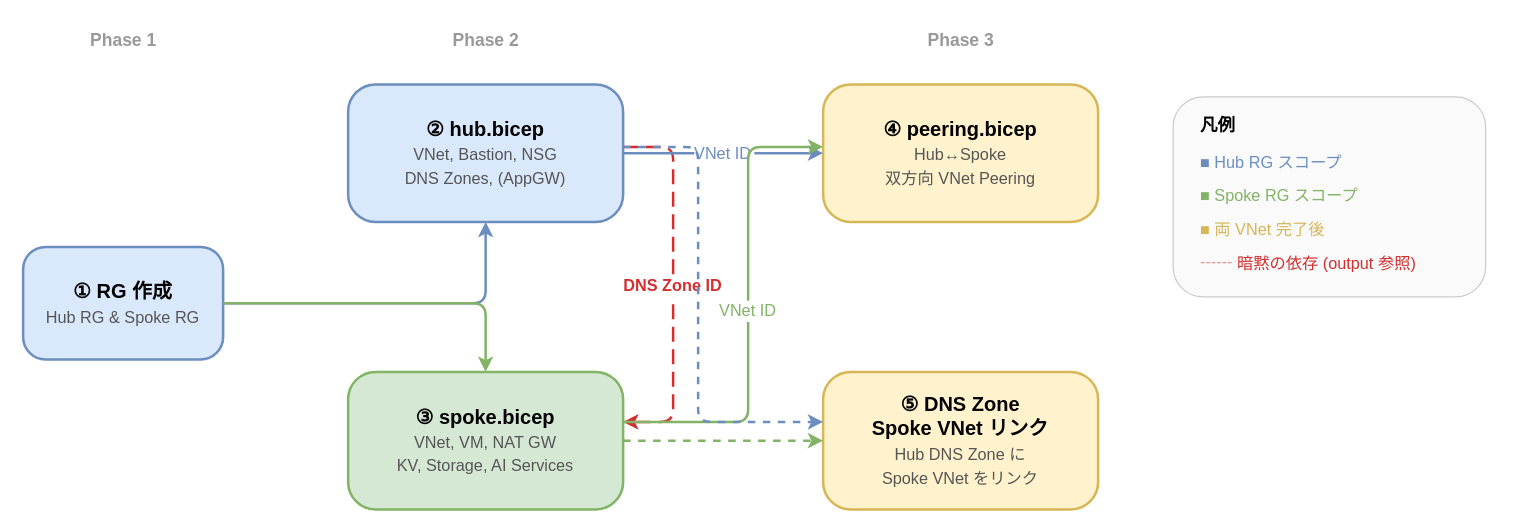
This is images/deploy-flow.drawio from naoki1213mj/azure-simple-poc-bicep, a draw.io file, before an edit. Source tidied: cells renumbered, new cells numbered last; positions are measured from the earlier drawing's top-left corner, leaving out a move shared by most shapes. Both pictures are drawn from the tidied source at 125%, with x=0, y=0 at pixel (22, 21).
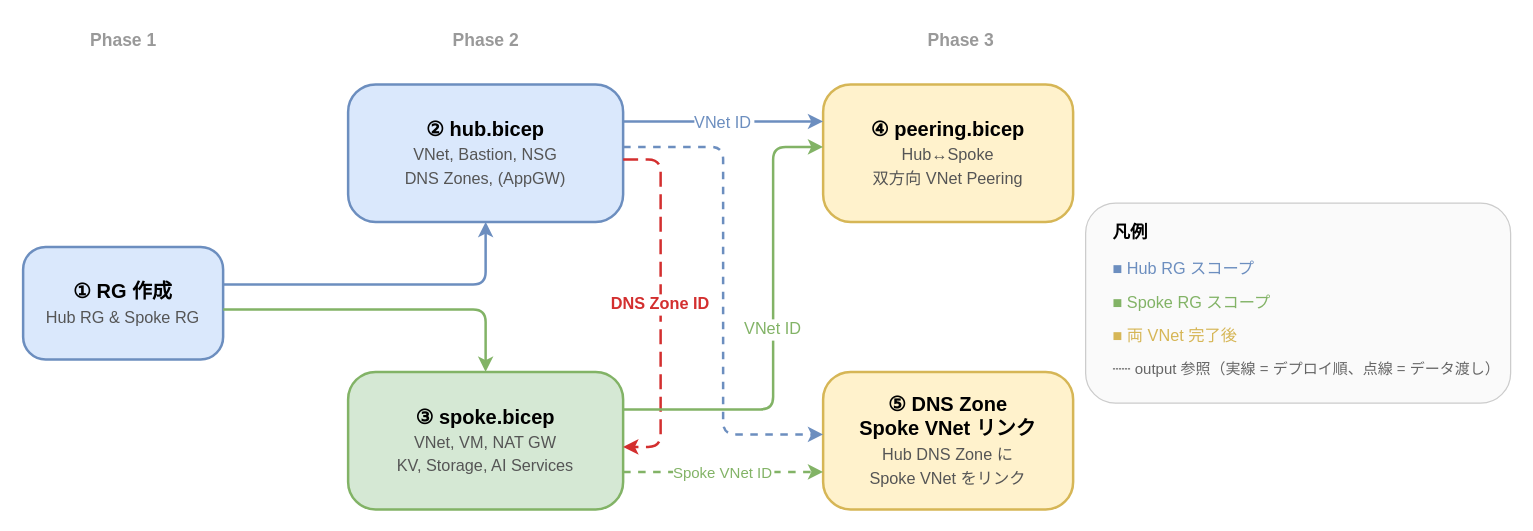
After the change.

The change refers to these unchanged cells:
```xml
<mxCell id="2" value="① RG 作成&lt;br&gt;&lt;font style='font-size:13px;font-weight:normal;color:#555'&gt;Hub RG &amp;amp; Spoke RG&lt;/font&gt;" style="rounded=1;whiteSpace=wrap;html=1;fillColor=#dae8fc;strokeColor=#6c8ebf;fontSize=16;fontStyle=1;strokeWidth=2;arcSize=20;spacingTop=6;spacingBottom=6;" parent="1" vertex="1">
  <mxGeometry y="180" width="160" height="90" as="geometry" />
</mxCell>
<mxCell id="3" value="② hub.bicep&lt;br&gt;&lt;font style='font-size:13px;font-weight:normal;color:#555'&gt;VNet, Bastion, NSG&lt;br&gt;DNS Zones, (AppGW)&lt;/font&gt;" style="rounded=1;whiteSpace=wrap;html=1;fillColor=#dae8fc;strokeColor=#6c8ebf;fontSize=16;fontStyle=1;strokeWidth=2;arcSize=20;spacingTop=6;spacingBottom=6;" parent="1" vertex="1">
  <mxGeometry x="260" y="50" width="220" height="110" as="geometry" />
</mxCell>
<mxCell id="4" value="③ spoke.bicep&lt;br&gt;&lt;font style='font-size:13px;font-weight:normal;color:#555'&gt;VNet, VM, NAT GW&lt;br&gt;KV, Storage, AI Services&lt;/font&gt;" style="rounded=1;whiteSpace=wrap;html=1;fillColor=#d5e8d4;strokeColor=#82b366;fontSize=16;fontStyle=1;strokeWidth=2;arcSize=20;spacingTop=6;spacingBottom=6;" parent="1" vertex="1">
  <mxGeometry x="260" y="280" width="220" height="110" as="geometry" />
</mxCell>
```

What changed in the source:
```diff
@@
     <mxCell id="5" value="④ peering.bicep&lt;br&gt;&lt;font style='font-size:13px;font-weight:normal;color:#555'&gt;Hub↔Spoke&lt;br&gt;双方向 VNet Peering&lt;/font&gt;" style="rounded=1;whiteSpace=wrap;html=1;fillColor=#fff2cc;strokeColor=#d6b656;fontSize=16;fontStyle=1;strokeWidth=2;arcSize=20;spacingTop=6;spacingBottom=6;" parent="1" vertex="1">
-      <mxGeometry x="640" y="50" width="220" height="110" as="geometry" />
+      <mxGeometry x="640" y="50" width="200" height="110" as="geometry" />
     </mxCell>
     <mxCell id="6" value="⑤ DNS Zone&lt;br&gt;Spoke VNet リンク&lt;br&gt;&lt;font style='font-size:13px;font-weight:normal;color:#555'&gt;Hub DNS Zone に&lt;br&gt;Spoke VNet をリンク&lt;/font&gt;" style="rounded=1;whiteSpace=wrap;html=1;fillColor=#fff2cc;strokeColor=#d6b656;fontSize=16;fontStyle=1;strokeWidth=2;arcSize=20;spacingTop=6;spacingBottom=6;" parent="1" vertex="1">
-      <mxGeometry x="640" y="280" width="220" height="110" as="geometry" />
+      <mxGeometry x="640" y="280" width="200" height="110" as="geometry" />
     </mxCell>
     <mxCell id="7" style="edgeStyle=orthogonalEdgeStyle;strokeWidth=2;strokeColor=#6c8ebf;rounded=1;" parent="1" edge="1" source="2" target="3">
-      <mxGeometry relative="1" as="geometry" />
+      <mxGeometry relative="1" as="geometry">
+        <Array as="points">
+          <mxPoint x="370" y="210" />
+        </Array>
+      </mxGeometry>
     </mxCell>
     <mxCell id="8" style="edgeStyle=orthogonalEdgeStyle;strokeWidth=2;strokeColor=#82b366;rounded=1;" parent="1" edge="1" source="2" target="4">
-      <mxGeometry relative="1" as="geometry" />
+      <mxGeometry relative="1" as="geometry">
+        <Array as="points">
+          <mxPoint x="370" y="230" />
+        </Array>
+      </mxGeometry>
     </mxCell>
     <mxCell id="9" value="DNS Zone ID" style="edgeStyle=orthogonalEdgeStyle;strokeWidth=2;strokeColor=#D32F2F;dashed=1;dashPattern=6 3;fontSize=13;fontColor=#D32F2F;fontStyle=1;rounded=1;labelBackgroundColor=#FFFFFF;" parent="1" edge="1" source="3" target="4">
       <mxGeometry relative="1" as="geometry">
         <Array as="points">
-          <mxPoint x="520" y="100" />
-          <mxPoint x="520" y="320" />
+          <mxPoint x="510" y="110" />
+          <mxPoint x="510" y="340" />
         </Array>
       </mxGeometry>
     </mxCell>
-    <mxCell id="10" value="VNet ID" style="edgeStyle=orthogonalEdgeStyle;strokeWidth=2;strokeColor=#6c8ebf;fontSize=13;fontColor=#6c8ebf;rounded=1;labelBackgroundColor=#FFFFFF;" parent="1" edge="1" source="3" target="5">
-      <mxGeometry relative="1" as="geometry" />
+    <mxCell id="10" value="VNet ID" style="edgeStyle=orthogonalEdgeStyle;strokeWidth=2;strokeColor=#6c8ebf;fontSize=13;fontColor=#6c8ebf;rounded=1;labelBackgroundColor=#FFFFFF;" parent="1" edge="1">
+      <mxGeometry relative="1" as="geometry">
+        <mxPoint x="480" y="79.7" as="sourcePoint" />
+        <mxPoint x="640" y="79.7" as="targetPoint" />
+      </mxGeometry>
     </mxCell>
     <mxCell id="11" value="VNet ID" style="edgeStyle=orthogonalEdgeStyle;strokeWidth=2;strokeColor=#82b366;fontSize=13;fontColor=#82b366;rounded=1;labelBackgroundColor=#FFFFFF;" parent="1" edge="1" source="4" target="5">
       <mxGeometry relative="1" as="geometry">
         <Array as="points">
-          <mxPoint x="580" y="320" />
-          <mxPoint x="580" y="100" />
+          <mxPoint x="600" y="310" />
+          <mxPoint x="600" y="100" />
         </Array>
       </mxGeometry>
     </mxCell>
     <mxCell id="12" style="edgeStyle=orthogonalEdgeStyle;strokeWidth=2;strokeColor=#6c8ebf;dashed=1;rounded=1;" parent="1" edge="1" source="3" target="6">
       <mxGeometry relative="1" as="geometry">
         <Array as="points">
-          <mxPoint x="540" y="100" />
-          <mxPoint x="540" y="320" />
+          <mxPoint x="560" y="100" />
+          <mxPoint x="560" y="330" />
         </Array>
       </mxGeometry>
     </mxCell>
-    <mxCell id="13" style="edgeStyle=orthogonalEdgeStyle;strokeWidth=2;strokeColor=#82b366;dashed=1;rounded=1;" parent="1" edge="1" source="4" target="6">
-      <mxGeometry relative="1" as="geometry" />
+    <mxCell id="13" value="Spoke VNet ID" style="edgeStyle=orthogonalEdgeStyle;strokeWidth=2;strokeColor=#82b366;dashed=1;rounded=1;fontSize=12;fontColor=#82b366;labelBackgroundColor=#FFFFFF;" parent="1" edge="1">
+      <mxGeometry relative="1" as="geometry">
+        <mxPoint x="480" y="360" as="sourcePoint" />
+        <mxPoint x="640" y="360" as="targetPoint" />
+      </mxGeometry>
     </mxCell>
@@
     <mxCell id="17" style="rounded=1;whiteSpace=wrap;html=1;fillColor=#FAFAFA;strokeColor=#CCCCCC;strokeWidth=1;" parent="1" vertex="1">
-      <mxGeometry x="920" y="60" width="250" height="160" as="geometry" />
+      <mxGeometry x="850" y="145" width="340" height="160" as="geometry" />
     </mxCell>
     <mxCell id="18" value="凡例" style="text;html=1;fontSize=14;fontStyle=1;fillColor=none;strokeColor=none;" parent="1" vertex="1">
-      <mxGeometry x="940" y="68" width="50" height="24" as="geometry" />
+      <mxGeometry x="870" y="153" width="50" height="24" as="geometry" />
     </mxCell>
     <mxCell id="19" value="■ Hub RG スコープ" style="text;html=1;fontSize=13;fillColor=none;strokeColor=none;fontColor=#6c8ebf;" parent="1" vertex="1">
-      <mxGeometry x="940" y="98" width="210" height="22" as="geometry" />
+      <mxGeometry x="870" y="183" width="210" height="22" as="geometry" />
     </mxCell>
     <mxCell id="20" value="■ Spoke RG スコープ" style="text;html=1;fontSize=13;fillColor=none;strokeColor=none;fontColor=#82b366;" parent="1" vertex="1">
-      <mxGeometry x="940" y="125" width="210" height="22" as="geometry" />
+      <mxGeometry x="870" y="210" width="210" height="22" as="geometry" />
     </mxCell>
     <mxCell id="21" value="■ 両 VNet 完了後" style="text;html=1;fontSize=13;fillColor=none;strokeColor=none;fontColor=#d6b656;" parent="1" vertex="1">
-      <mxGeometry x="940" y="152" width="210" height="22" as="geometry" />
+      <mxGeometry x="870" y="237" width="210" height="22" as="geometry" />
     </mxCell>
-    <mxCell id="22" value="┄┄ 暗黙の依存 (output 参照)" style="text;html=1;fontSize=13;fillColor=none;strokeColor=none;fontColor=#D32F2F;" parent="1" vertex="1">
-      <mxGeometry x="940" y="179" width="220" height="22" as="geometry" />
+    <mxCell id="22" value="┄┄ output 参照（実線 = デプロイ順、点線 = データ渡し）" style="text;html=1;fontSize=12;fillColor=none;strokeColor=none;fontColor=#666666;" parent="1" vertex="1">
+      <mxGeometry x="870" y="264" width="220" height="30" as="geometry" />
     </mxCell>
```
